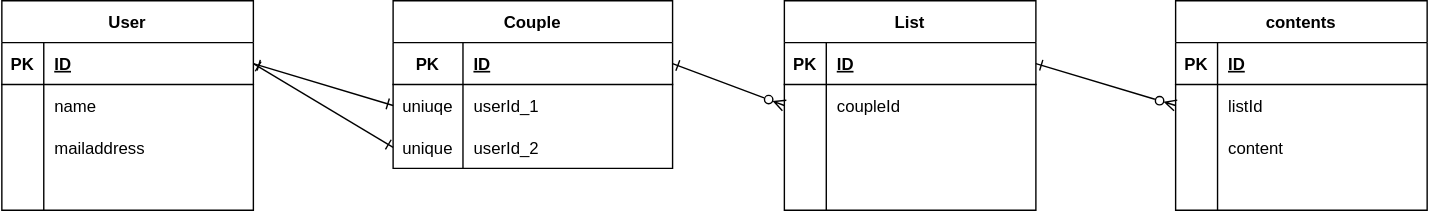
Earlier version of the draw.io export backend/db.drawio.svg (exchange-wata/SweetheartSuite). Source tidied: cells renumbered, new cells last; positions are measured from the earlier drawing's top-left corner, leaving out a move shared by most shapes.
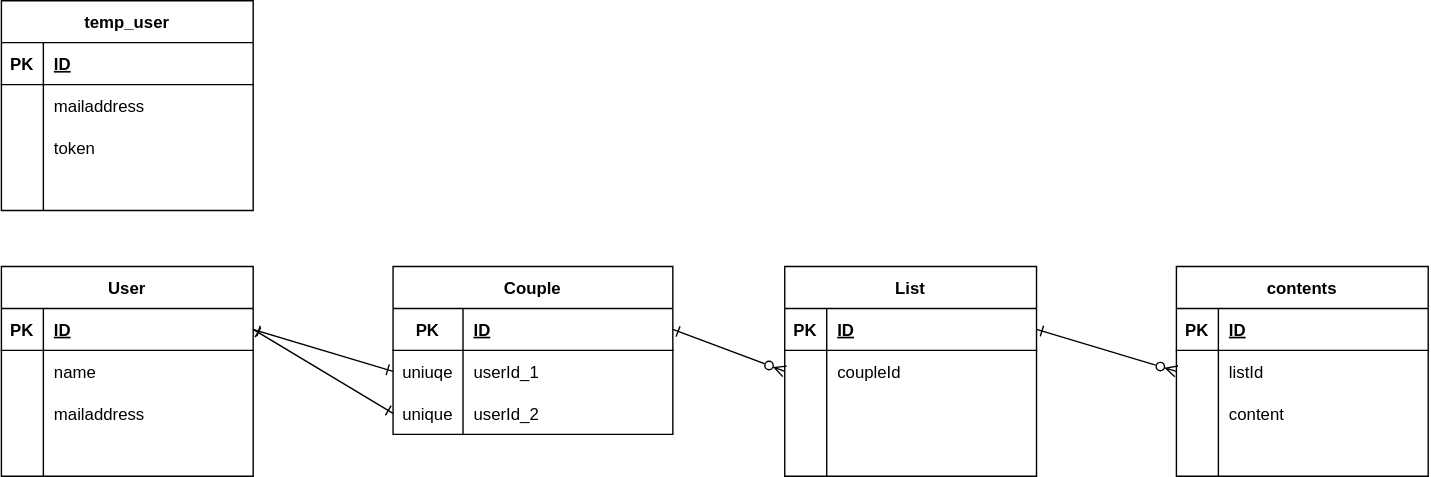
Later version of the same file.

Commit message:
temp_user tbl追加

What changed in the source:
```diff
@@ -161,5 +161,44 @@
     <mxCell id="54" style="edgeStyle=none;html=1;exitX=1;exitY=0.5;exitDx=0;exitDy=0;entryX=0;entryY=0.5;entryDx=0;entryDy=0;startArrow=ERone;startFill=0;endArrow=ERzeroToMany;endFill=0;" parent="1" edge="1" source="26" target="42">
       <mxGeometry relative="1" as="geometry" />
     </mxCell>
+    <mxCell id="55" value="temp_user" style="shape=table;startSize=30;rowLines=0;fontStyle=1;align=center;" parent="1" vertex="1">
+      <mxGeometry y="-190" width="180" height="150" as="geometry" />
+    </mxCell>
+    <mxCell id="56" style="shape=tableRow;horizontal=0;startSize=0;swimlaneHead=0;swimlaneBody=0;fillColor=none;top=0;left=0;right=0;bottom=1;" parent="55" vertex="1">
+      <mxGeometry y="30" width="180" height="30" as="geometry" />
+    </mxCell>
+    <mxCell id="57" value="PK" style="shape=partialRectangle;fillColor=none;top=0;left=0;bottom=0;right=0;fontStyle=1;overflow=hidden;" parent="56" vertex="1">
+      <mxGeometry width="30" height="30" as="geometry" />
+    </mxCell>
+    <mxCell id="58" value="ID" style="shape=partialRectangle;fillColor=none;top=0;left=0;bottom=0;right=0;align=left;spacingLeft=6;fontStyle=5;overflow=hidden;" parent="56" vertex="1">
+      <mxGeometry x="30" width="150" height="30" as="geometry" />
+    </mxCell>
+    <mxCell id="59" style="shape=tableRow;horizontal=0;startSize=0;swimlaneHead=0;swimlaneBody=0;fillColor=none;top=0;left=0;right=0;bottom=0;" parent="55" vertex="1">
+      <mxGeometry y="60" width="180" height="30" as="geometry" />
+    </mxCell>
+    <mxCell id="60" style="shape=partialRectangle;fillColor=none;top=0;left=0;bottom=0;right=0;overflow=hidden;" parent="59" vertex="1">
+      <mxGeometry width="30" height="30" as="geometry" />
+    </mxCell>
+    <mxCell id="61" value="mailaddress" style="shape=partialRectangle;fillColor=none;top=0;left=0;bottom=0;right=0;align=left;spacingLeft=6;overflow=hidden;" parent="59" vertex="1">
+      <mxGeometry x="30" width="150" height="30" as="geometry" />
+    </mxCell>
+    <mxCell id="62" style="shape=tableRow;horizontal=0;startSize=0;swimlaneHead=0;swimlaneBody=0;fillColor=none;top=0;left=0;right=0;bottom=0;" parent="55" vertex="1">
+      <mxGeometry y="90" width="180" height="30" as="geometry" />
+    </mxCell>
+    <mxCell id="63" style="shape=partialRectangle;fillColor=none;top=0;left=0;bottom=0;right=0;overflow=hidden;" parent="62" vertex="1">
+      <mxGeometry width="30" height="30" as="geometry" />
+    </mxCell>
+    <mxCell id="64" value="token" style="shape=partialRectangle;fillColor=none;top=0;left=0;bottom=0;right=0;align=left;spacingLeft=6;overflow=hidden;" parent="62" vertex="1">
+      <mxGeometry x="30" width="150" height="30" as="geometry" />
+    </mxCell>
+    <mxCell id="65" style="shape=tableRow;horizontal=0;startSize=0;swimlaneHead=0;swimlaneBody=0;fillColor=none;top=0;left=0;right=0;bottom=0;" parent="55" vertex="1">
+      <mxGeometry y="120" width="180" height="30" as="geometry" />
+    </mxCell>
+    <mxCell id="66" style="shape=partialRectangle;fillColor=none;top=0;left=0;bottom=0;right=0;overflow=hidden;" parent="65" vertex="1">
+      <mxGeometry width="30" height="30" as="geometry" />
+    </mxCell>
+    <mxCell id="67" style="shape=partialRectangle;fillColor=none;top=0;left=0;bottom=0;right=0;align=left;spacingLeft=6;overflow=hidden;" parent="65" vertex="1">
+      <mxGeometry x="30" width="150" height="30" as="geometry" />
+    </mxCell>
   </root>
 </mxGraphModel>
```
